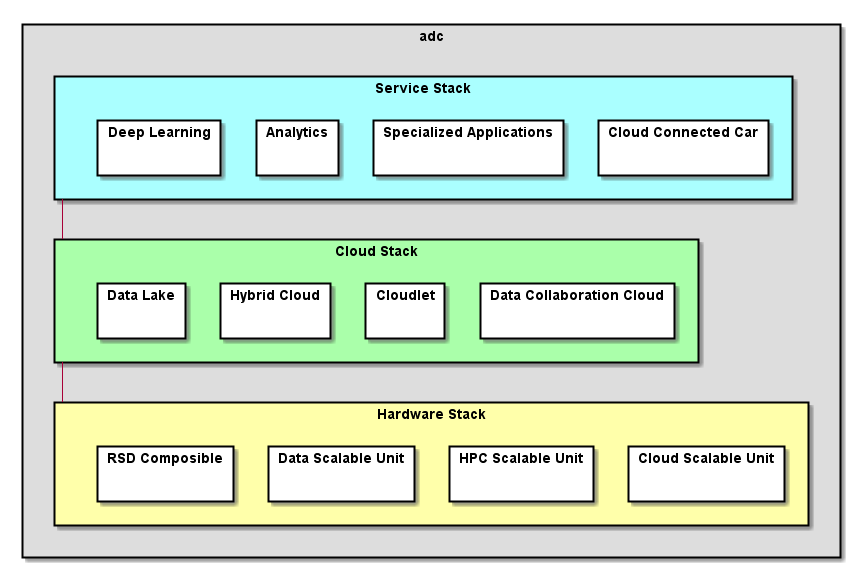
Before: docs/Overview.png, a diagram exported from PlantUML (CAADE/ADC).
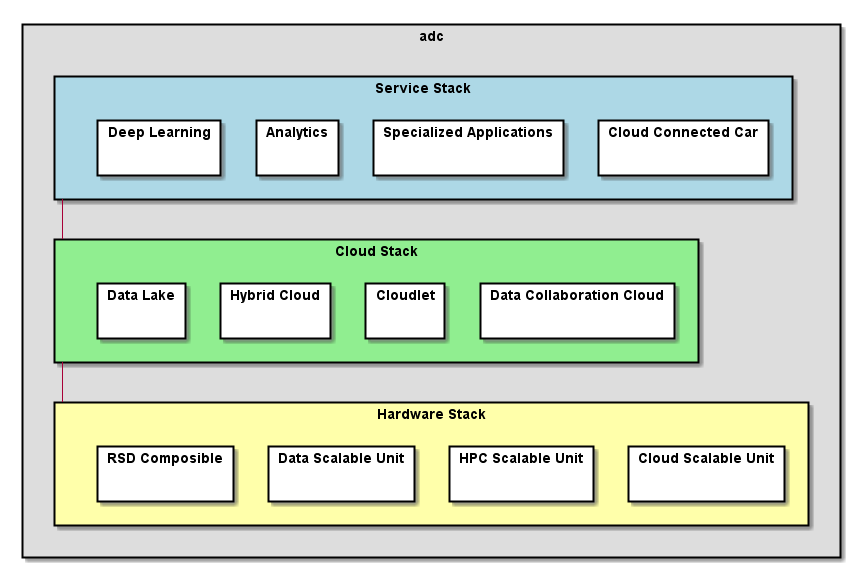
The same file after the commit.

Change to the diagram source:
```diff
@@ -4,13 +4,13 @@
 
 top to bottom direction
 package adc  #dddddd {
-  package "Service Stack" #aaffff {
+  package "Service Stack" #lightblue {
     package "Cloud Connected Car" { }
     package "Specialized Applications" { }
     package "Analytics" { }
     package "Deep Learning" { }
   }
-  package "Cloud Stack" #aaffaa {
+  package "Cloud Stack" #lightgreen {
     package "Data Collaboration Cloud" { }
     package Cloudlet { }
     package "Hybrid Cloud" { }
```
